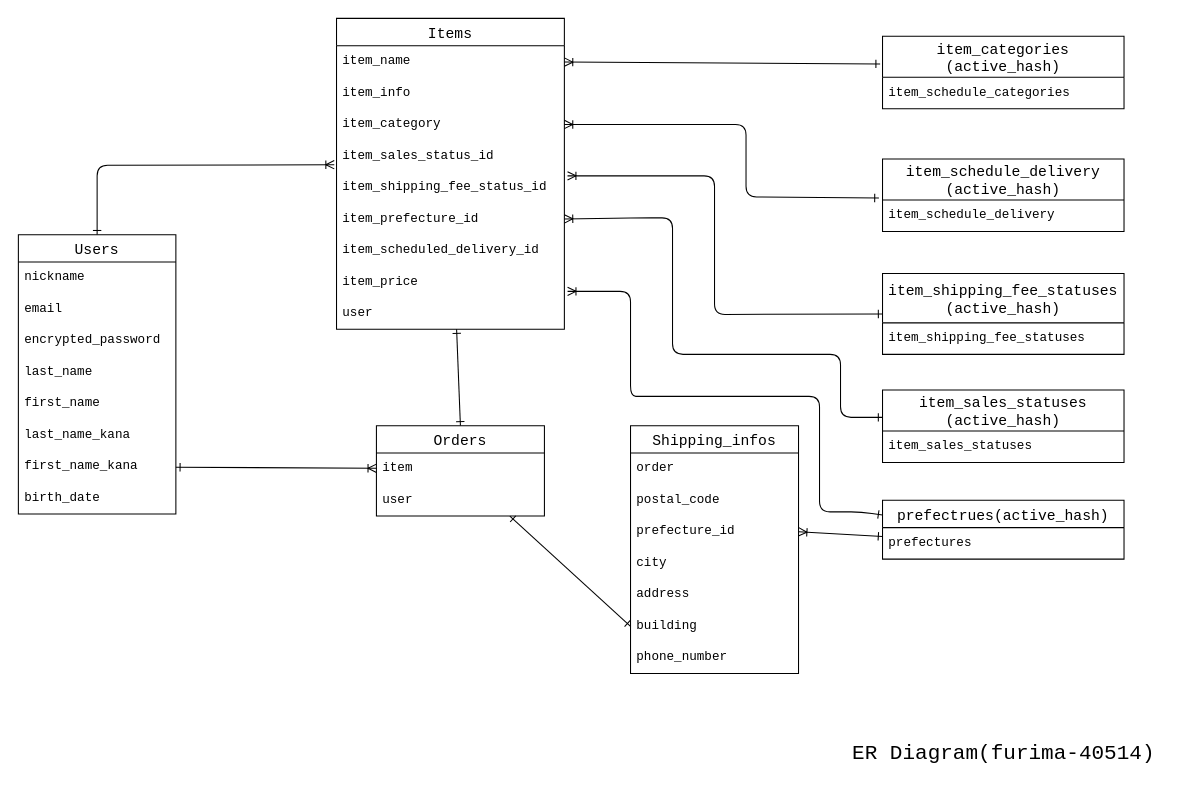
Before: tables.dio in jin5211/furima-40514, a draw.io diagram. Source tidied: cells renumbered, new cells numbered last; positions are measured from the earlier drawing's top-left corner, leaving out a move shared by most shapes. Both pictures are drawn from the tidied source at 105%, with x=0, y=0 at pixel (18, 18).
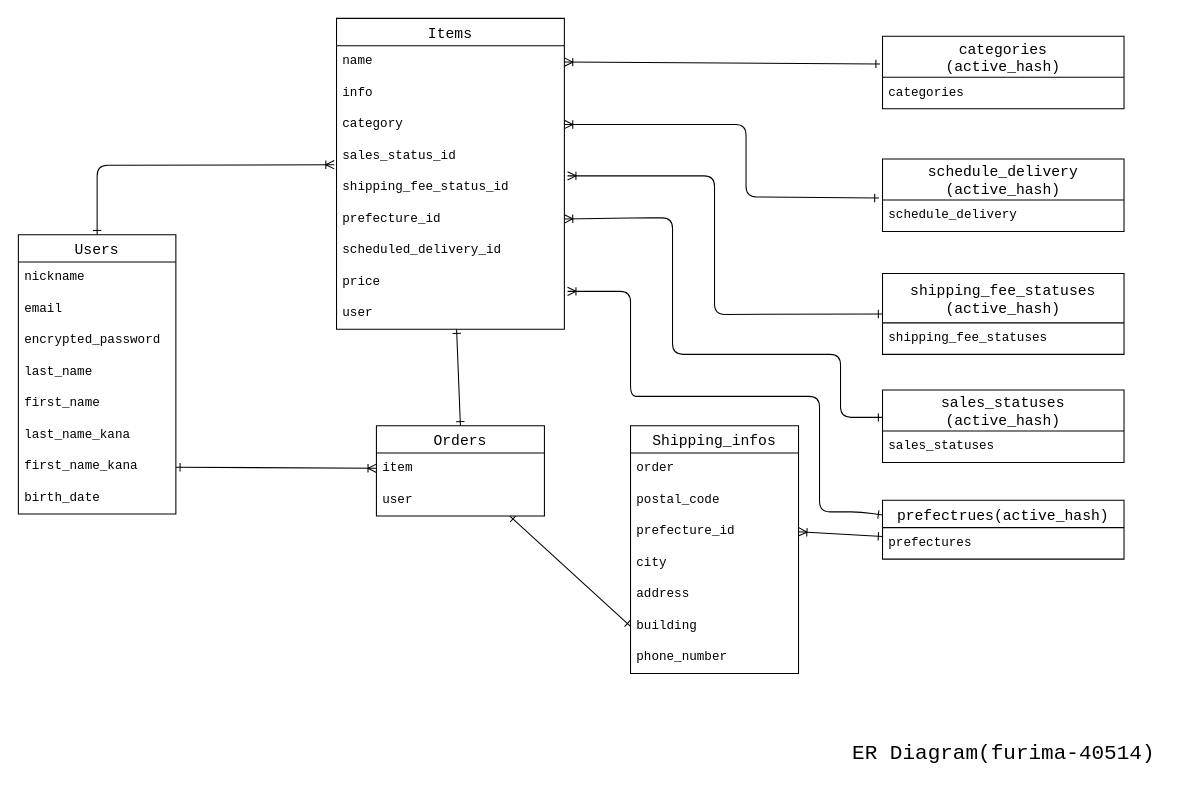
After the change.

Commit message (it also covers changes not shown here):
テーブル設計（コード修正）

Unchanged cells that the change refers to:
```xml
<mxCell id="3" value="Items" style="swimlane;fontStyle=0;horizontal=1;startSize=26;align=center;fontSize=14;fontFamily=Courier New;" parent="1" vertex="1">
  <mxGeometry x="303" width="217" height="296" as="geometry" />
</mxCell>
```

Change to the diagram source:
```diff
@@
-    <mxCell id="4" value="item_name " style="text;strokeColor=none;fillColor=none;spacingLeft=4;spacingRight=4;overflow=hidden;points=[[0,0.5],[1,0.5]];portConstraint=eastwest;fontSize=12;fontFamily=Courier New;" parent="3" vertex="1">
+    <mxCell id="4" value="name " style="text;strokeColor=none;fillColor=none;spacingLeft=4;spacingRight=4;overflow=hidden;points=[[0,0.5],[1,0.5]];portConstraint=eastwest;fontSize=12;fontFamily=Courier New;" parent="3" vertex="1">
       <mxGeometry y="26" width="217" height="30" as="geometry" />
     </mxCell>
-    <mxCell id="5" value="item_info" style="text;strokeColor=none;fillColor=none;spacingLeft=4;spacingRight=4;overflow=hidden;fontSize=12;fontFamily=Courier New;" parent="3" vertex="1">
+    <mxCell id="5" value="info" style="text;strokeColor=none;fillColor=none;spacingLeft=4;spacingRight=4;overflow=hidden;fontSize=12;fontFamily=Courier New;" parent="3" vertex="1">
       <mxGeometry y="56" width="217" height="30" as="geometry" />
     </mxCell>
-    <mxCell id="6" value="item_category" style="text;strokeColor=none;fillColor=none;spacingLeft=4;spacingRight=4;overflow=hidden;points=[[0,0.5],[1,0.5]];portConstraint=eastwest;fontSize=12;fontFamily=Courier New;" parent="3" vertex="1">
+    <mxCell id="6" value="category" style="text;strokeColor=none;fillColor=none;spacingLeft=4;spacingRight=4;overflow=hidden;points=[[0,0.5],[1,0.5]];portConstraint=eastwest;fontSize=12;fontFamily=Courier New;" parent="3" vertex="1">
       <mxGeometry y="86" width="217" height="30" as="geometry" />
     </mxCell>
-    <mxCell id="7" value="item_sales_status_id" style="text;strokeColor=none;fillColor=none;spacingLeft=4;spacingRight=4;overflow=hidden;points=[[0,0.5],[1,0.5]];portConstraint=eastwest;fontSize=12;fontFamily=Courier New;" parent="3" vertex="1">
+    <mxCell id="7" value="sales_status_id" style="text;strokeColor=none;fillColor=none;spacingLeft=4;spacingRight=4;overflow=hidden;points=[[0,0.5],[1,0.5]];portConstraint=eastwest;fontSize=12;fontFamily=Courier New;" parent="3" vertex="1">
       <mxGeometry y="116" width="217" height="30" as="geometry" />
     </mxCell>
-    <mxCell id="8" value="item_shipping_fee_status_id" style="text;strokeColor=none;fillColor=none;spacingLeft=4;spacingRight=4;overflow=hidden;fontSize=12;fontFamily=Courier New;" parent="3" vertex="1">
+    <mxCell id="8" value="shipping_fee_status_id" style="text;strokeColor=none;fillColor=none;spacingLeft=4;spacingRight=4;overflow=hidden;fontSize=12;fontFamily=Courier New;" parent="3" vertex="1">
       <mxGeometry y="146" width="217" height="30" as="geometry" />
     </mxCell>
-    <mxCell id="9" value="item_prefecture_id" style="text;strokeColor=none;fillColor=none;spacingLeft=4;spacingRight=4;overflow=hidden;points=[[0,0.5],[1,0.5]];portConstraint=eastwest;fontSize=12;fontFamily=Courier New;" parent="3" vertex="1">
+    <mxCell id="9" value="prefecture_id" style="text;strokeColor=none;fillColor=none;spacingLeft=4;spacingRight=4;overflow=hidden;points=[[0,0.5],[1,0.5]];portConstraint=eastwest;fontSize=12;fontFamily=Courier New;" parent="3" vertex="1">
       <mxGeometry y="176" width="217" height="30" as="geometry" />
     </mxCell>
-    <mxCell id="10" value="item_scheduled_delivery_id" style="text;strokeColor=none;fillColor=none;spacingLeft=4;spacingRight=4;overflow=hidden;fontSize=12;fontFamily=Courier New;" parent="3" vertex="1">
+    <mxCell id="10" value="scheduled_delivery_id" style="text;strokeColor=none;fillColor=none;spacingLeft=4;spacingRight=4;overflow=hidden;fontSize=12;fontFamily=Courier New;" parent="3" vertex="1">
       <mxGeometry y="206" width="217" height="30" as="geometry" />
     </mxCell>
-    <mxCell id="11" value="item_price" style="text;strokeColor=none;fillColor=none;spacingLeft=4;spacingRight=4;overflow=hidden;fontSize=12;fontFamily=Courier New;" parent="3" vertex="1">
+    <mxCell id="11" value="price" style="text;strokeColor=none;fillColor=none;spacingLeft=4;spacingRight=4;overflow=hidden;fontSize=12;fontFamily=Courier New;" parent="3" vertex="1">
       <mxGeometry y="236" width="217" height="30" as="geometry" />
     </mxCell>
@@
-    <mxCell id="40" value="item_sales_statuses&#10;(active_hash)" style="swimlane;fontStyle=0;horizontal=1;startSize=39;align=center;fontSize=14;fontFamily=Courier New;" parent="1" vertex="1">
+    <mxCell id="40" value="sales_statuses&#10;(active_hash)" style="swimlane;fontStyle=0;horizontal=1;startSize=39;align=center;fontSize=14;fontFamily=Courier New;" parent="1" vertex="1">
       <mxGeometry x="823" y="354" width="230" height="69" as="geometry" />
     </mxCell>
-    <mxCell id="41" value="item_sales_statuses&#10;" style="text;strokeColor=none;fillColor=none;spacingLeft=4;spacingRight=4;overflow=hidden;fontSize=12;fontFamily=Courier New;" parent="40" vertex="1">
+    <mxCell id="41" value="sales_statuses&#10;" style="text;strokeColor=none;fillColor=none;spacingLeft=4;spacingRight=4;overflow=hidden;fontSize=12;fontFamily=Courier New;" parent="40" vertex="1">
       <mxGeometry y="39" width="230" height="30" as="geometry" />
     </mxCell>
-    <mxCell id="42" value="item_shipping_fee_statuses&#10;(active_hash)" style="swimlane;fontStyle=0;horizontal=1;startSize=47;align=center;fontSize=14;fontFamily=Courier New;" parent="1" vertex="1">
+    <mxCell id="42" value="shipping_fee_statuses&#10;(active_hash)" style="swimlane;fontStyle=0;horizontal=1;startSize=47;align=center;fontSize=14;fontFamily=Courier New;" parent="1" vertex="1">
       <mxGeometry x="823" y="243" width="230" height="77" as="geometry" />
     </mxCell>
-    <mxCell id="43" value="item_shipping_fee_statuses" style="text;strokeColor=none;fillColor=none;spacingLeft=4;spacingRight=4;overflow=hidden;fontSize=12;fontFamily=Courier New;" parent="42" vertex="1">
+    <mxCell id="43" value="shipping_fee_statuses" style="text;strokeColor=none;fillColor=none;spacingLeft=4;spacingRight=4;overflow=hidden;fontSize=12;fontFamily=Courier New;" parent="42" vertex="1">
       <mxGeometry y="47" width="230" height="30" as="geometry" />
     </mxCell>
-    <mxCell id="44" value="item_schedule_delivery&#10;(active_hash)" style="swimlane;fontStyle=0;horizontal=1;startSize=39;align=center;fontSize=14;fontFamily=Courier New;" parent="1" vertex="1">
+    <mxCell id="44" value="schedule_delivery&#10;(active_hash)" style="swimlane;fontStyle=0;horizontal=1;startSize=39;align=center;fontSize=14;fontFamily=Courier New;" parent="1" vertex="1">
       <mxGeometry x="823" y="134" width="230" height="69" as="geometry" />
     </mxCell>
-    <mxCell id="45" value="item_schedule_delivery" style="text;strokeColor=none;fillColor=none;spacingLeft=4;spacingRight=4;overflow=hidden;points=[[0,0.5],[1,0.5]];portConstraint=eastwest;fontSize=12;fontFamily=Courier New;" parent="44" vertex="1">
+    <mxCell id="45" value="schedule_delivery" style="text;strokeColor=none;fillColor=none;spacingLeft=4;spacingRight=4;overflow=hidden;points=[[0,0.5],[1,0.5]];portConstraint=eastwest;fontSize=12;fontFamily=Courier New;" parent="44" vertex="1">
       <mxGeometry y="39" width="230" height="30" as="geometry" />
     </mxCell>
@@
-    <mxCell id="50" value="item_categories&#10;(active_hash)" style="swimlane;fontStyle=0;horizontal=1;startSize=39;align=center;fontSize=14;fontFamily=Courier New;" parent="1" vertex="1">
+    <mxCell id="50" value="categories&#10;(active_hash)" style="swimlane;fontStyle=0;horizontal=1;startSize=39;align=center;fontSize=14;fontFamily=Courier New;" parent="1" vertex="1">
       <mxGeometry x="823" y="17" width="230" height="69" as="geometry" />
     </mxCell>
-    <mxCell id="51" value="item_schedule_categories" style="text;strokeColor=none;fillColor=none;spacingLeft=4;spacingRight=4;overflow=hidden;fontSize=12;fontFamily=Courier New;" parent="50" vertex="1">
+    <mxCell id="51" value="categories" style="text;strokeColor=none;fillColor=none;spacingLeft=4;spacingRight=4;overflow=hidden;fontSize=12;fontFamily=Courier New;" parent="50" vertex="1">
       <mxGeometry y="39" width="230" height="30" as="geometry" />
     </mxCell>
```
